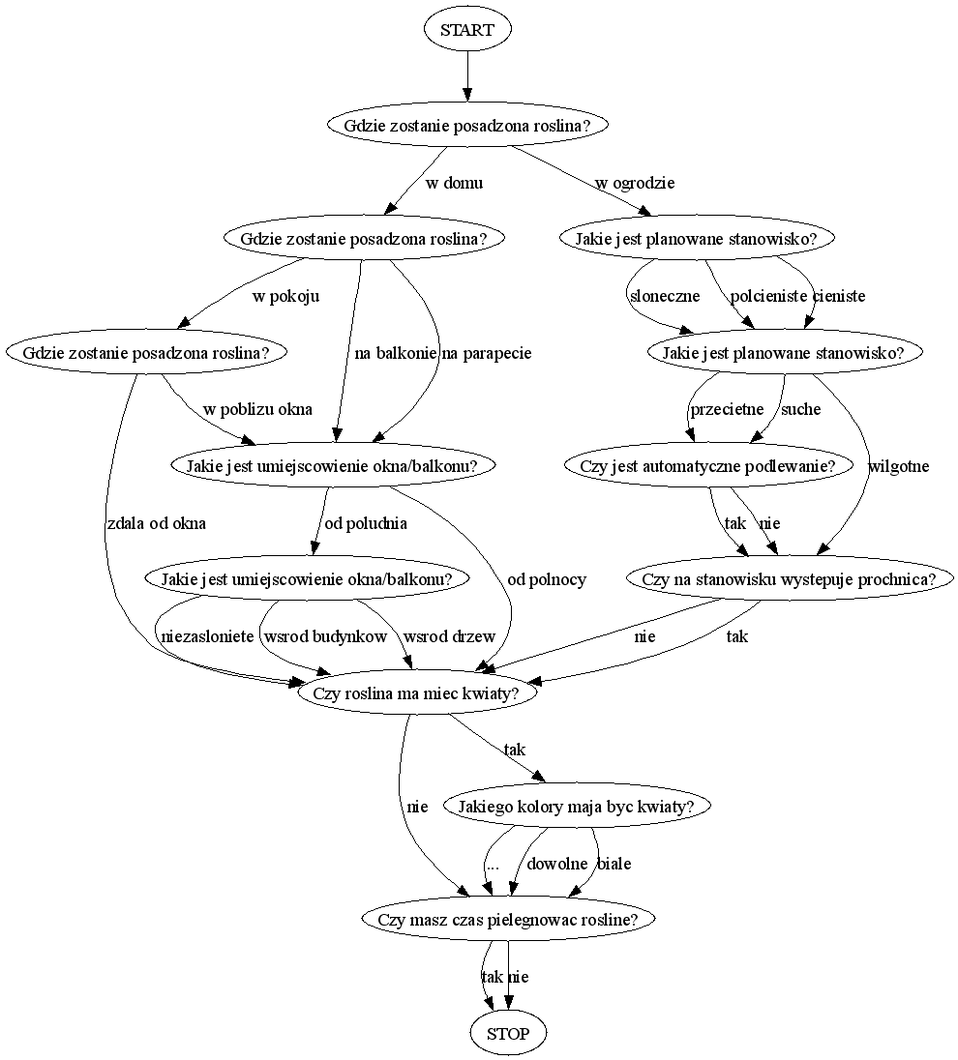
This is si/questions.png from TripleEmcoder/Archive, a Graphviz export, as it was before one commit. Its source is kept beside it as si/questions.dot.
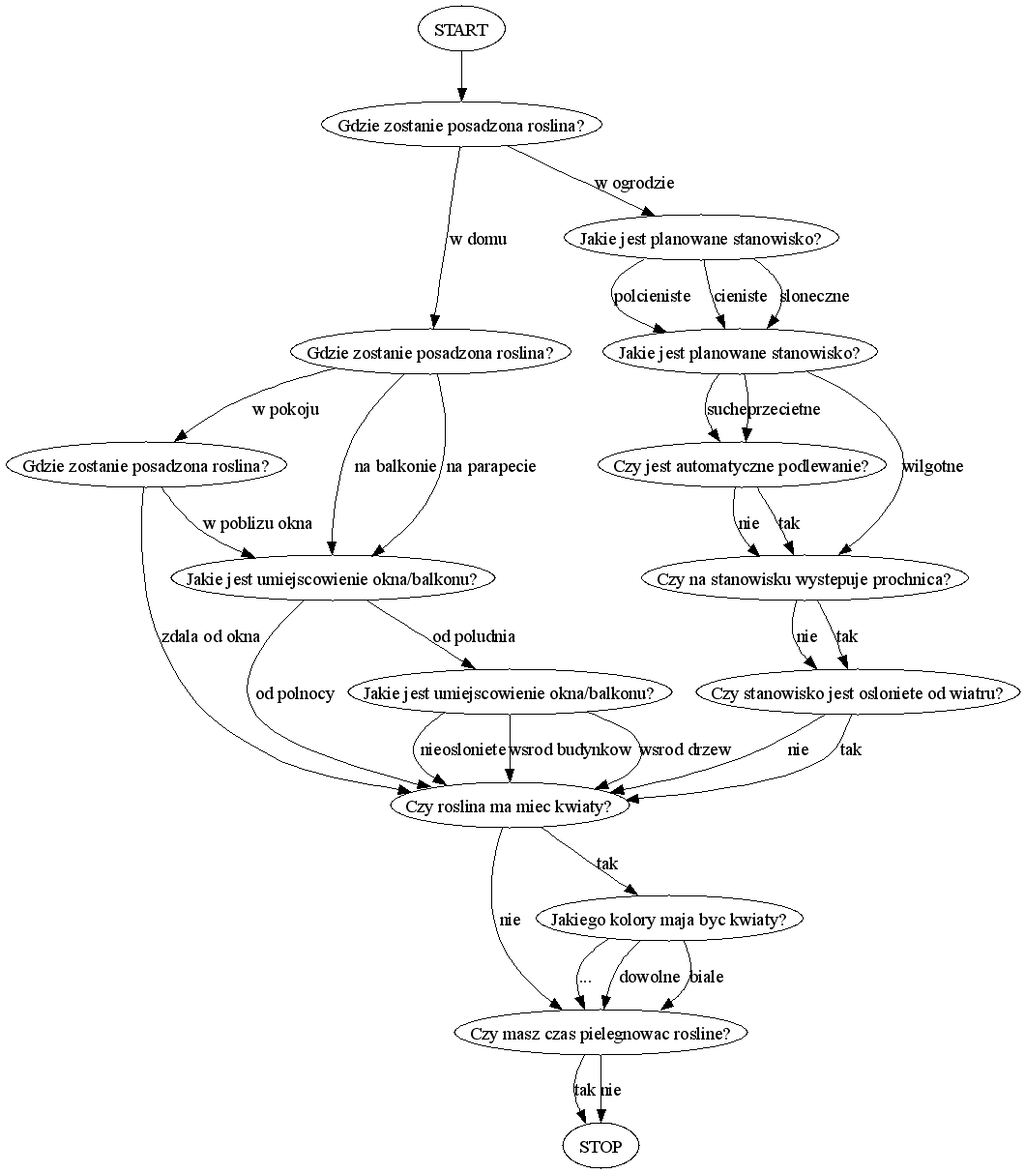
Later version of the same file.

The edit, as a diff of the source:
```diff
@@ -1,17 +1,18 @@
 digraph
 {
-	lokalizacja1    [ label = "Gdzie zostanie posadzona roslina?"       ];
-	lokalizacja2    [ label = "Gdzie zostanie posadzona roslina?"       ];
-	lokalizacja3    [ label = "Gdzie zostanie posadzona roslina?"       ];
-	orientacja      [ label = "Jakie jest umiejscowienie okna/balkonu?" ];
-	zasloniecie     [ label = "Jakie jest umiejscowienie okna/balkonu?" ];
-	pielegnacja     [ label = "Czy masz czas pielegnowac rosline?"      ];
-	naslonecznienie [ label = "Jakie jest planowane stanowisko?"        ];
-	wilgotnosc      [ label = "Jakie jest planowane stanowisko?"        ];
-	sikawki         [ label = "Czy jest automatyczne podlewanie?"       ];
-	prochnica       [ label = "Czy na stanowisku wystepuje prochnica?"  ];
-	kwiaty          [ label = "Czy roslina ma miec kwiaty?"             ];
-	kolor           [ label = "Jakiego kolory maja byc kwiaty?"         ];
+	lokalizacja1    [ label = "Gdzie zostanie posadzona roslina?"        ];
+	lokalizacja2    [ label = "Gdzie zostanie posadzona roslina?"        ];
+	lokalizacja3    [ label = "Gdzie zostanie posadzona roslina?"        ];
+	orientacja      [ label = "Jakie jest umiejscowienie okna/balkonu?"  ];
+	zasloniecie     [ label = "Jakie jest umiejscowienie okna/balkonu?"  ];
+	pielegnacja     [ label = "Czy masz czas pielegnowac rosline?"       ];
+	naslonecznienie [ label = "Jakie jest planowane stanowisko?"         ];
+	wilgotnosc      [ label = "Jakie jest planowane stanowisko?"         ];
+	sikawki         [ label = "Czy jest automatyczne podlewanie?"        ];
+	prochnica       [ label = "Czy na stanowisku wystepuje prochnica?"   ];
+	osloniecie      [ label = "Czy stanowisko jest osloniete od wiatru?" ];
+	kwiaty          [ label = "Czy roslina ma miec kwiaty?"              ];
+	kolor           [ label = "Jakiego kolory maja byc kwiaty?"          ];
 
 	START           -> lokalizacja1
 
@@ -25,7 +26,7 @@
 	lokalizacja3    -> kwiaty          [ label = "zdala od okna"  ];
 	zasloniecie     -> kwiaty          [ label = "wsrod budynkow" ];
 	zasloniecie     -> kwiaty          [ label = "wsrod drzew"    ];
-	zasloniecie     -> kwiaty          [ label = "niezasloniete"  ];
+	zasloniecie     -> kwiaty          [ label = "nieosloniete"   ];
 
 	lokalizacja1    -> naslonecznienie [ label = "w ogrodzie"     ];
 	naslonecznienie -> wilgotnosc      [ label = "sloneczne"      ];
@@ -36,8 +37,10 @@
 	wilgotnosc      -> sikawki         [ label = "przecietne"     ];
 	sikawki         -> prochnica       [ label = "tak"            ];
 	sikawki         -> prochnica       [ label = "nie"            ];
-	prochnica       -> kwiaty          [ label = "tak"            ];
-	prochnica       -> kwiaty          [ label = "nie"            ];
+	prochnica       -> osloniecie      [ label = "tak"            ];
+	prochnica       -> osloniecie      [ label = "nie"            ];
+	osloniecie      -> kwiaty          [ label = "tak"            ];
+	osloniecie      -> kwiaty          [ label = "nie"            ];
 
 	kwiaty          -> kolor           [ label = "tak"            ];
 	kwiaty          -> pielegnacja     [ label = "nie"            ];
```
